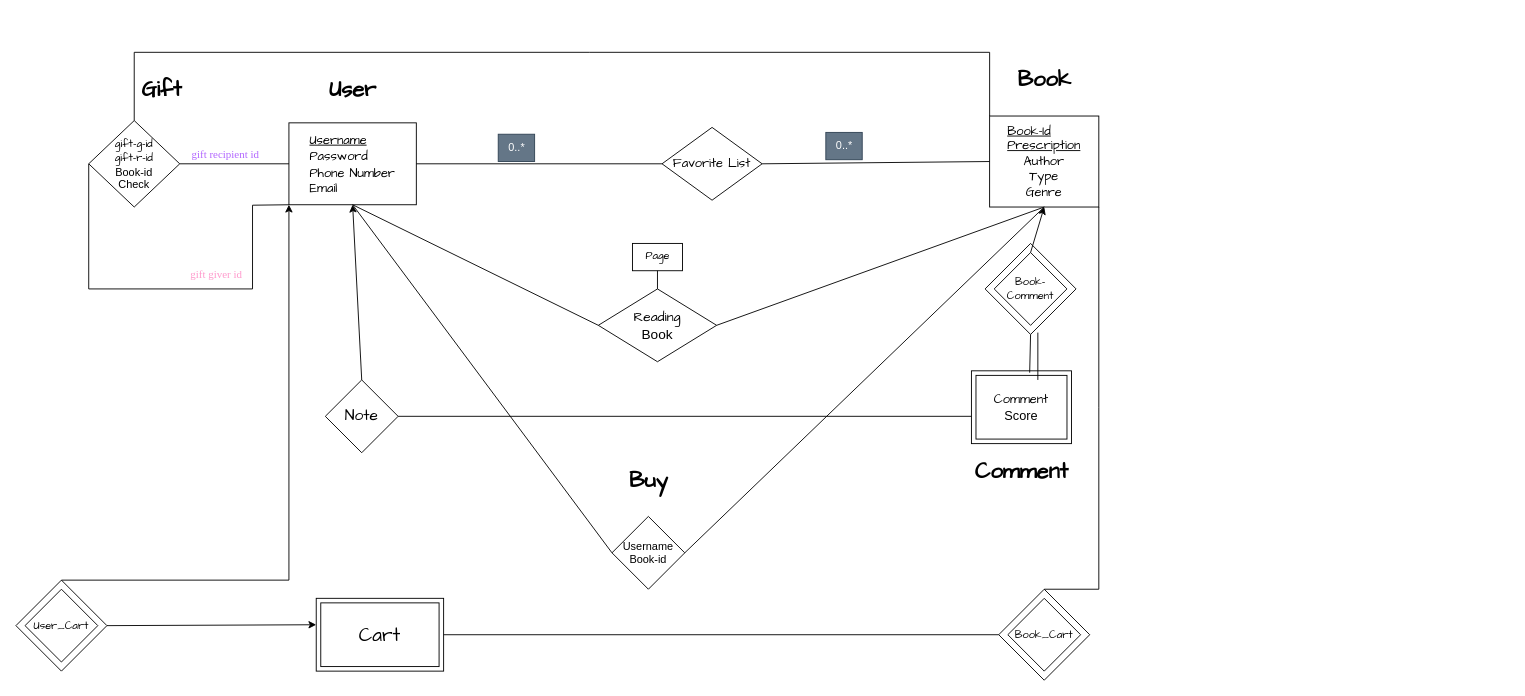
Above: Untitled Diagram.drawio in fatemehprb/ER-Diagram (draw.io), before the change. Source tidied: cells renumbered, new cells numbered last; positions are measured from the earlier drawing's top-left corner, leaving out a move shared by most shapes. Both pictures are drawn from the tidied source at 91%, with x=0, y=0 at pixel (15, 52).
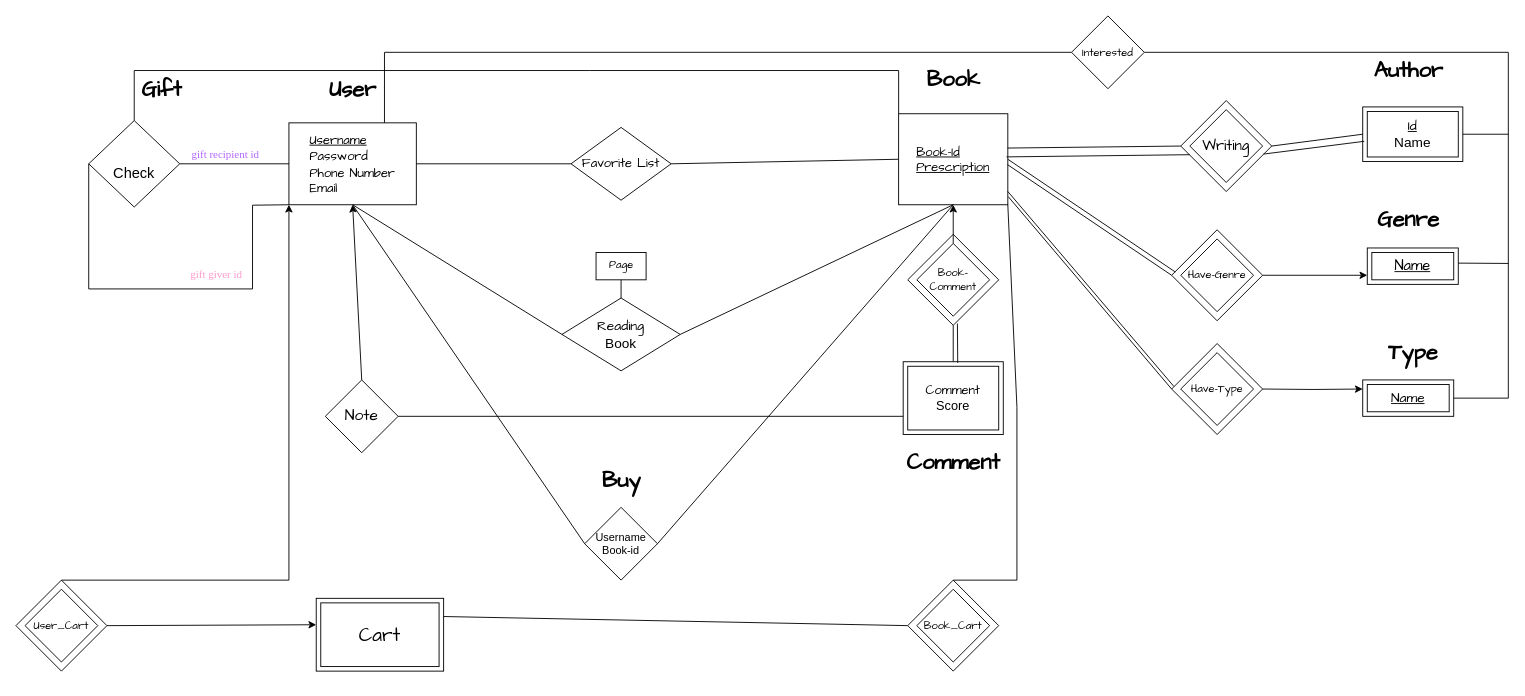
The same diagram, later.

Commit message:
some entitiy sets like author was added

The change refers to these unchanged cells:
```xml
<mxCell id="6" value="&lt;div style=&quot;font-size: 14px;&quot; align=&quot;left&quot;&gt;&lt;font face=&quot;Comic Sans MS&quot;&gt;&lt;u&gt;Username&lt;/u&gt;&lt;/font&gt;&lt;/div&gt;&lt;div style=&quot;font-size: 14px;&quot; align=&quot;left&quot;&gt;&lt;font face=&quot;Comic Sans MS&quot;&gt;Password&lt;/font&gt;&lt;/div&gt;&lt;div style=&quot;font-size: 14px;&quot; align=&quot;left&quot;&gt;&lt;font face=&quot;Comic Sans MS&quot;&gt;Phone Number&lt;/font&gt;&lt;/div&gt;&lt;div style=&quot;font-size: 14px;&quot; align=&quot;left&quot;&gt;&lt;font face=&quot;Comic Sans MS&quot;&gt;Email&lt;br&gt;&lt;/font&gt;&lt;/div&gt;" style="rounded=0;whiteSpace=wrap;html=1;" parent="1" vertex="1">
  <mxGeometry x="300" y="77.5" width="140" height="90" as="geometry" />
</mxCell>
<mxCell id="21" value="&lt;font style=&quot;font-size: 17px;&quot; face=&quot;Comic Sans MS&quot;&gt;Note&lt;/font&gt;" style="rhombus;whiteSpace=wrap;html=1;" parent="1" vertex="1">
  <mxGeometry x="340" y="360" width="80" height="80" as="geometry" />
</mxCell>
<mxCell id="28" value="&lt;font style=&quot;font-size: 21px;&quot; face=&quot;Comic Sans MS&quot;&gt;Cart&lt;/font&gt;" style="shape=ext;margin=3;double=1;whiteSpace=wrap;html=1;align=center;" parent="1" vertex="1">
  <mxGeometry x="330" y="600" width="140" height="80" as="geometry" />
</mxCell>
```

What changed in the source:
```diff
@@
+    <mxCell id="46" style="rhombus;whiteSpace=wrap;html=1;" parent="1" vertex="1">
+      <mxGeometry x="1270" y="320" width="100" height="100" as="geometry" />
+    </mxCell>
+    <mxCell id="47" style="edgeStyle=orthogonalEdgeStyle;rounded=0;jettySize=auto;html=1;exitX=1;exitY=0.5;exitDx=0;exitDy=0;entryX=0;entryY=0.75;entryDx=0;entryDy=0;" parent="1" edge="1" source="48" target="57">
+      <mxGeometry relative="1" as="geometry" />
+    </mxCell>
+    <mxCell id="48" style="rhombus;whiteSpace=wrap;html=1;" parent="1" vertex="1">
+      <mxGeometry x="1270" y="195" width="100" height="100" as="geometry" />
+    </mxCell>
+    <mxCell id="49" style="rhombus;whiteSpace=wrap;html=1;" parent="1" vertex="1">
+      <mxGeometry x="1280" y="53" width="100" height="100" as="geometry" />
+    </mxCell>
     <mxCell id="2" style="rhombus;whiteSpace=wrap;html=1;" parent="1" vertex="1">
-      <mxGeometry x="1080" y="590" width="100" height="100" as="geometry" />
+      <mxGeometry x="980" y="580" width="100" height="100" as="geometry" />
     </mxCell>
     <mxCell id="3" style="rhombus;whiteSpace=wrap;html=1;" parent="1" vertex="1">
-      <mxGeometry x="1065" y="210" width="100" height="100" as="geometry" />
+      <mxGeometry x="980" y="200" width="100" height="100" as="geometry" />
     </mxCell>
@@
     <mxCell id="7" value="&lt;font face=&quot;Comic Sans MS&quot;&gt;Book&lt;/font&gt;" style="text;strokeColor=none;fillColor=none;html=1;fontSize=24;fontStyle=1;verticalAlign=middle;align=center;" parent="1" vertex="1">
-      <mxGeometry x="1080" y="10" width="100" height="40" as="geometry" />
+      <mxGeometry x="980" y="10" width="100" height="40" as="geometry" />
     </mxCell>
-    <mxCell id="8" value="&lt;div align=&quot;left&quot; style=&quot;font-size: 14px;&quot;&gt;&lt;font style=&quot;font-size: 14px;&quot;&gt;&lt;u&gt;Book-Id&lt;/u&gt;&lt;/font&gt;&lt;/div&gt;&lt;div align=&quot;left&quot; style=&quot;font-size: 14px;&quot;&gt;&lt;font style=&quot;font-size: 14px;&quot;&gt;&lt;u&gt;Prescription&lt;/u&gt;&lt;/font&gt;&lt;/div&gt;&lt;div style=&quot;font-size: 14px;&quot;&gt;&lt;font style=&quot;font-size: 14px;&quot;&gt;Author&lt;/font&gt;&lt;/div&gt;&lt;div style=&quot;font-size: 14px;&quot;&gt;&lt;font style=&quot;font-size: 14px;&quot;&gt;Type&lt;/font&gt;&lt;/div&gt;&lt;div style=&quot;font-size: 14px;&quot;&gt;&lt;font style=&quot;font-size: 14px;&quot;&gt;Genre&lt;/font&gt;&lt;/div&gt;" style="rounded=0;whiteSpace=wrap;html=1;fontFamily=Comic Sans MS;" parent="1" vertex="1">
-      <mxGeometry x="1070" y="70" width="120" height="100" as="geometry" />
+    <mxCell id="8" value="&lt;div align=&quot;left&quot; style=&quot;font-size: 14px;&quot;&gt;&lt;font style=&quot;font-size: 14px;&quot;&gt;&lt;u&gt;Book-Id&lt;/u&gt;&lt;/font&gt;&lt;/div&gt;&lt;div align=&quot;left&quot; style=&quot;font-size: 14px;&quot;&gt;&lt;font style=&quot;font-size: 14px;&quot;&gt;&lt;u&gt;Prescription&lt;/u&gt;&lt;/font&gt;&lt;/div&gt;" style="rounded=0;whiteSpace=wrap;html=1;fontFamily=Comic Sans MS;" parent="1" vertex="1">
+      <mxGeometry x="970" y="67.5" width="120" height="100" as="geometry" />
     </mxCell>
     <mxCell id="9" value="&lt;font style=&quot;font-size: 14px;&quot; face=&quot;Comic Sans MS&quot;&gt;Favorite List&lt;/font&gt;" style="rhombus;whiteSpace=wrap;html=1;" parent="1" vertex="1">
-      <mxGeometry x="710" y="82.5" width="110" height="80" as="geometry" />
+      <mxGeometry x="610" y="82.5" width="110" height="80" as="geometry" />
     </mxCell>
@@
     <mxCell id="12" value="&lt;div style=&quot;font-size: 15px;&quot;&gt;&lt;font style=&quot;font-size: 15px;&quot; face=&quot;Comic Sans MS&quot;&gt;Reading&lt;/font&gt;&lt;/div&gt;&lt;div style=&quot;font-size: 15px;&quot;&gt;&lt;font style=&quot;font-size: 15px;&quot; face=&quot;Xin_lLQxRSFJA7oIeodW&quot;&gt;&lt;font style=&quot;font-size: 15px;&quot;&gt;Book&lt;/font&gt;&lt;/font&gt;&lt;font style=&quot;font-size: 15px;&quot; face=&quot;Xin_lLQxRSFJA7oIeodW&quot;&gt;&lt;br&gt;&lt;/font&gt;&lt;/div&gt;" style="rhombus;whiteSpace=wrap;html=1;" parent="1" vertex="1">
-      <mxGeometry x="640" y="260" width="130" height="80" as="geometry" />
+      <mxGeometry x="600" y="270" width="130" height="80" as="geometry" />
     </mxCell>
@@
     <mxCell id="15" value="&lt;div style=&quot;font-size: 14px;&quot;&gt;&lt;font style=&quot;font-size: 14px;&quot; face=&quot;Comic Sans MS&quot;&gt;Comment&lt;/font&gt;&lt;/div&gt;&lt;div style=&quot;font-size: 14px;&quot;&gt;&lt;font style=&quot;font-size: 14px;&quot; face=&quot;cnri7KbCF3ekAPo07FWo&quot;&gt;&lt;font style=&quot;font-size: 14px;&quot;&gt;Score&lt;/font&gt;&lt;/font&gt;&lt;font style=&quot;font-size: 14px;&quot; face=&quot;cnri7KbCF3ekAPo07FWo&quot;&gt;&lt;br&gt;&lt;/font&gt;&lt;/div&gt;" style="shape=ext;margin=3;double=1;whiteSpace=wrap;html=1;align=center;" parent="1" vertex="1">
-      <mxGeometry x="1050" y="350" width="110" height="80" as="geometry" />
+      <mxGeometry x="975" y="340" width="110" height="80" as="geometry" />
     </mxCell>
     <mxCell id="16" value="&lt;font face=&quot;Comic Sans MS&quot;&gt;Comment&lt;/font&gt;" style="text;strokeColor=none;fillColor=none;html=1;fontSize=24;fontStyle=1;verticalAlign=middle;align=center;" parent="1" vertex="1">
-      <mxGeometry x="1055" y="440" width="100" height="40" as="geometry" />
+      <mxGeometry x="980" y="430" width="100" height="40" as="geometry" />
     </mxCell>
     <mxCell id="17" value="&lt;font face=&quot;Comic Sans MS&quot;&gt;Book-Comment&lt;/font&gt;" style="rhombus;whiteSpace=wrap;html=1;" parent="1" vertex="1">
-      <mxGeometry x="1075" y="220" width="80" height="80" as="geometry" />
+      <mxGeometry x="990" y="210" width="80" height="80" as="geometry" />
     </mxCell>
@@
-    <mxCell id="19" style="endArrow=none;html=1;rounded=0;entryX=0.5;entryY=1;entryDx=0;entryDy=0;exitX=0.582;exitY=0.025;exitDx=0;exitDy=0;exitPerimeter=0;" parent="1" edge="1" source="15" target="3">
+    <mxCell id="19" style="endArrow=none;html=1;rounded=0;entryX=0.5;entryY=1;entryDx=0;entryDy=0;exitX=0.5;exitY=0;exitDx=0;exitDy=0;" parent="1" edge="1" source="15" target="3">
       <mxGeometry relative="1" as="geometry" />
     </mxCell>
-    <mxCell id="20" style="endArrow=none;html=1;rounded=0;entryX=0.58;entryY=0.98;entryDx=0;entryDy=0;entryPerimeter=0;" parent="1" edge="1" target="3">
-      <mxGeometry relative="1" as="geometry">
-        <mxPoint x="1123" y="360" as="sourcePoint" />
-      </mxGeometry>
+    <mxCell id="20" style="endArrow=none;html=1;rounded=0;entryX=0.546;entryY=0.981;entryDx=0;entryDy=0;entryPerimeter=0;exitX=0.545;exitY=0.015;exitDx=0;exitDy=0;exitPerimeter=0;" parent="1" edge="1" source="15" target="3">
+      <mxGeometry relative="1" as="geometry" />
     </mxCell>
@@
-    <mxCell id="22" style="endArrow=none;html=1;rounded=0;exitX=1;exitY=0.5;exitDx=0;exitDy=0;" parent="1" edge="1" source="21">
-      <mxGeometry relative="1" as="geometry">
-        <mxPoint x="1050" y="400" as="targetPoint" />
-      </mxGeometry>
+    <mxCell id="22" style="endArrow=none;html=1;rounded=0;exitX=1;exitY=0.5;exitDx=0;exitDy=0;entryX=0;entryY=0.75;entryDx=0;entryDy=0;" parent="1" edge="1" source="21" target="15">
+      <mxGeometry relative="1" as="geometry" />
     </mxCell>
@@
     <mxCell id="24" value="&lt;div&gt;Username&lt;/div&gt;&lt;div&gt;Book-id&lt;br&gt;&lt;/div&gt;" style="rhombus;whiteSpace=wrap;html=1;" parent="1" vertex="1">
-      <mxGeometry x="655" y="510" width="80" height="80" as="geometry" />
+      <mxGeometry x="625" y="500" width="80" height="80" as="geometry" />
     </mxCell>
     <mxCell id="25" value="&lt;font face=&quot;Comic Sans MS&quot;&gt;Buy&lt;/font&gt;" style="text;strokeColor=none;fillColor=none;html=1;fontSize=24;fontStyle=1;verticalAlign=middle;align=center;" parent="1" vertex="1">
-      <mxGeometry x="645" y="450" width="100" height="40" as="geometry" />
+      <mxGeometry x="615" y="450" width="100" height="40" as="geometry" />
     </mxCell>
@@
     <mxCell id="32" value="&lt;font face=&quot;Comic Sans MS&quot;&gt;Book_Cart&lt;/font&gt;" style="rhombus;whiteSpace=wrap;html=1;" parent="1" vertex="1">
-      <mxGeometry x="1090" y="600" width="80" height="80" as="geometry" />
+      <mxGeometry x="990" y="590" width="80" height="80" as="geometry" />
     </mxCell>
-    <mxCell id="33" style="endArrow=none;html=1;rounded=0;exitX=1;exitY=0.5;exitDx=0;exitDy=0;entryX=0;entryY=0.5;entryDx=0;entryDy=0;" parent="1" edge="1" source="28" target="2">
+    <mxCell id="33" style="endArrow=none;html=1;rounded=0;exitX=1;exitY=0.25;exitDx=0;exitDy=0;entryX=0;entryY=0.5;entryDx=0;entryDy=0;" parent="1" edge="1" source="28" target="2">
       <mxGeometry relative="1" as="geometry" />
     </mxCell>
     <mxCell id="34" style="endArrow=none;html=1;rounded=0;exitX=0.5;exitY=0;exitDx=0;exitDy=0;entryX=1;entryY=1;entryDx=0;entryDy=0;" parent="1" edge="1" source="2" target="8">
       <mxGeometry relative="1" as="geometry">
         <Array as="points">
-          <mxPoint x="1190" y="590" />
-          <mxPoint x="1190" y="390" />
+          <mxPoint x="1100" y="580" />
+          <mxPoint x="1100" y="390" />
         </Array>
       </mxGeometry>
     </mxCell>
-    <mxCell id="35" value="&lt;div&gt;&lt;font face=&quot;Comic Sans MS&quot;&gt;gift-g-id&lt;/font&gt;&lt;/div&gt;&lt;div&gt;&lt;font face=&quot;Comic Sans MS&quot;&gt;gift-r-id&lt;/font&gt;&lt;/div&gt;&lt;div&gt;&lt;font face=&quot;c_LbgyrrG6FDdpBPeejG&quot;&gt;Book-id&lt;br&gt;&lt;/font&gt;&lt;/div&gt;&lt;div&gt;&lt;font face=&quot;c_LbgyrrG6FDdpBPeejG&quot;&gt;Check&lt;br&gt;&lt;/font&gt;&lt;/div&gt;" style="rhombus;whiteSpace=wrap;html=1;" parent="1" vertex="1">
+    <mxCell id="35" value="&lt;font style=&quot;font-size: 16px;&quot;&gt;&lt;br&gt;&lt;/font&gt;&lt;div style=&quot;font-size: 16px;&quot;&gt;&lt;font style=&quot;font-size: 16px;&quot; face=&quot;c_LbgyrrG6FDdpBPeejG&quot;&gt;Check&lt;br&gt;&lt;/font&gt;&lt;/div&gt;" style="rhombus;whiteSpace=wrap;html=1;" parent="1" vertex="1">
       <mxGeometry x="80" y="75" width="100" height="95" as="geometry" />
     </mxCell>
@@
     <mxCell id="41" style="endArrow=none;html=1;rounded=0;exitX=0.5;exitY=0;exitDx=0;exitDy=0;entryX=0;entryY=0;entryDx=0;entryDy=0;" parent="1" edge="1" source="35" target="8">
       <mxGeometry relative="1" as="geometry">
         <Array as="points">
-          <mxPoint x="130" />
-          <mxPoint x="630" />
-          <mxPoint x="1070" />
+          <mxPoint x="130" y="20" />
+          <mxPoint x="630" y="20" />
+          <mxPoint x="970" y="20" />
         </Array>
       </mxGeometry>
     </mxCell>
     <mxCell id="42" value="&lt;div&gt;&lt;br&gt;&lt;/div&gt;&lt;div&gt;&lt;font face=&quot;Comic Sans MS&quot;&gt;Page&lt;/font&gt;&lt;br&gt;&lt;/div&gt;" style="rounded=0;whiteSpace=wrap;html=1;spacingTop=-16;" parent="1" vertex="1">
-      <mxGeometry x="677.5" y="210" width="55" height="30" as="geometry" />
+      <mxGeometry x="637.5" y="220" width="55" height="30" as="geometry" />
     </mxCell>
@@
-    <mxCell id="44" value="0..*" style="text;html=1;align=center;verticalAlign=middle;strokeColor=#314354;fillColor=#647687;fontColor=#ffffff;" parent="1" vertex="1">
-      <mxGeometry x="530" y="90" width="40" height="30" as="geometry" />
-    </mxCell>
-    <mxCell id="45" value="0..*" style="text;html=1;align=center;verticalAlign=middle;strokeColor=#314354;fillColor=#647687;fontColor=#ffffff;" parent="1" vertex="1">
-      <mxGeometry x="890" y="88" width="40" height="30" as="geometry" />
-    </mxCell>
+    <mxCell id="50" value="&lt;font face=&quot;Comic Sans MS&quot;&gt;Author&lt;/font&gt;" style="text;strokeColor=none;fillColor=none;html=1;fontSize=24;fontStyle=1;verticalAlign=middle;align=center;" parent="1" vertex="1">
+      <mxGeometry x="1480" width="100" height="40" as="geometry" />
+    </mxCell>
+    <mxCell id="51" value="&lt;div style=&quot;font-size: 15px;&quot;&gt;&lt;font style=&quot;font-size: 15px;&quot; face=&quot;Comic Sans MS&quot;&gt;&lt;u&gt;Id&lt;/u&gt;&lt;/font&gt;&lt;/div&gt;&lt;div style=&quot;font-size: 15px;&quot;&gt;&lt;font style=&quot;font-size: 15px;&quot; face=&quot;vWf6hatJAO0ed1MXztRa&quot;&gt;&lt;font style=&quot;font-size: 15px;&quot;&gt;Name&lt;/font&gt;&lt;/font&gt;&lt;font style=&quot;font-size: 15px;&quot; face=&quot;vWf6hatJAO0ed1MXztRa&quot;&gt;&lt;br&gt;&lt;/font&gt;&lt;/div&gt;" style="shape=ext;margin=3;double=1;whiteSpace=wrap;html=1;align=center;" parent="1" vertex="1">
+      <mxGeometry x="1480" y="60" width="110" height="60" as="geometry" />
+    </mxCell>
+    <mxCell id="52" value="&lt;font style=&quot;font-size: 16px;&quot; face=&quot;Comic Sans MS&quot;&gt;Writing&lt;/font&gt;" style="rhombus;whiteSpace=wrap;html=1;" parent="1" vertex="1">
+      <mxGeometry x="1290" y="63" width="80" height="80" as="geometry" />
+    </mxCell>
+    <mxCell id="53" style="endArrow=none;html=1;rounded=0;entryX=0;entryY=0.5;entryDx=0;entryDy=0;exitX=1;exitY=0.5;exitDx=0;exitDy=0;" parent="1" edge="1" source="49" target="51">
+      <mxGeometry relative="1" as="geometry" />
+    </mxCell>
+    <mxCell id="54" style="endArrow=none;html=1;rounded=0;entryX=0;entryY=0.5;entryDx=0;entryDy=0;exitX=0.998;exitY=0.377;exitDx=0;exitDy=0;exitPerimeter=0;" parent="1" edge="1" source="8" target="49">
+      <mxGeometry relative="1" as="geometry" />
+    </mxCell>
+    <mxCell id="55" style="endArrow=none;html=1;rounded=0;entryX=0.015;entryY=0.63;entryDx=0;entryDy=0;exitX=0.911;exitY=0.588;exitDx=0;exitDy=0;exitPerimeter=0;entryPerimeter=0;" parent="1" edge="1" source="49" target="51">
+      <mxGeometry relative="1" as="geometry" />
+    </mxCell>
+    <mxCell id="56" style="endArrow=none;html=1;rounded=0;exitX=0.988;exitY=0.474;exitDx=0;exitDy=0;exitPerimeter=0;" parent="1" edge="1" source="8">
+      <mxGeometry relative="1" as="geometry">
+        <mxPoint x="1290" y="112.5" as="targetPoint" />
+      </mxGeometry>
+    </mxCell>
+    <mxCell id="57" value="&lt;div&gt;&lt;font style=&quot;font-size: 16px;&quot; face=&quot;Comic Sans MS&quot;&gt;&lt;u&gt;Name&lt;/u&gt;&lt;/font&gt;&lt;/div&gt;" style="shape=ext;margin=3;double=1;whiteSpace=wrap;html=1;align=center;" parent="1" vertex="1">
+      <mxGeometry x="1485" y="215" width="100" height="40" as="geometry" />
+    </mxCell>
+    <mxCell id="58" value="&lt;font face=&quot;Comic Sans MS&quot;&gt;Genre&lt;/font&gt;" style="text;strokeColor=none;fillColor=none;html=1;fontSize=24;fontStyle=1;verticalAlign=middle;align=center;" parent="1" vertex="1">
+      <mxGeometry x="1480" y="162.5" width="100" height="40" as="geometry" />
+    </mxCell>
+    <mxCell id="59" value="&lt;font face=&quot;Comic Sans MS&quot;&gt;Have-Genre&lt;/font&gt;" style="rhombus;whiteSpace=wrap;html=1;" parent="1" vertex="1">
+      <mxGeometry x="1280" y="205" width="80" height="80" as="geometry" />
+    </mxCell>
+    <mxCell id="60" style="endArrow=none;html=1;rounded=0;exitX=1;exitY=0.5;exitDx=0;exitDy=0;entryX=0.041;entryY=0.464;entryDx=0;entryDy=0;entryPerimeter=0;" parent="1" edge="1" source="8" target="48">
+      <mxGeometry relative="1" as="geometry" />
+    </mxCell>
+    <mxCell id="61" style="endArrow=none;html=1;rounded=0;exitX=0.997;exitY=0.559;exitDx=0;exitDy=0;exitPerimeter=0;entryX=0;entryY=0.5;entryDx=0;entryDy=0;" parent="1" edge="1" source="8" target="48">
+      <mxGeometry relative="1" as="geometry" />
+    </mxCell>
+    <mxCell id="62" value="&lt;font style=&quot;font-size: 15px;&quot; face=&quot;Comic Sans MS&quot;&gt;&lt;u&gt;Name&lt;/u&gt;&lt;/font&gt;" style="shape=ext;margin=3;double=1;whiteSpace=wrap;html=1;align=center;" parent="1" vertex="1">
+      <mxGeometry x="1480" y="360" width="100" height="40" as="geometry" />
+    </mxCell>
+    <mxCell id="63" value="&lt;font face=&quot;Comic Sans MS&quot;&gt;Type&lt;/font&gt;" style="text;strokeColor=none;fillColor=none;html=1;fontSize=24;fontStyle=1;verticalAlign=middle;align=center;" parent="1" vertex="1">
+      <mxGeometry x="1485" y="310" width="100" height="40" as="geometry" />
+    </mxCell>
+    <mxCell id="64" style="edgeStyle=orthogonalEdgeStyle;rounded=0;jettySize=auto;html=1;entryX=0;entryY=0.25;entryDx=0;entryDy=0;" parent="1" edge="1" target="62">
+      <mxGeometry relative="1" as="geometry">
+        <mxPoint x="1370" y="370" as="sourcePoint" />
+      </mxGeometry>
+    </mxCell>
+    <mxCell id="65" value="&lt;font face=&quot;Comic Sans MS&quot;&gt;Have-Type&lt;/font&gt;" style="rhombus;whiteSpace=wrap;html=1;" parent="1" vertex="1">
+      <mxGeometry x="1280" y="330" width="80" height="80" as="geometry" />
+    </mxCell>
+    <mxCell id="66" style="endArrow=none;html=1;rounded=0;exitX=0;exitY=0.5;exitDx=0;exitDy=0;entryX=1.004;entryY=0.911;entryDx=0;entryDy=0;entryPerimeter=0;" parent="1" edge="1" source="46" target="8">
+      <mxGeometry relative="1" as="geometry" />
+    </mxCell>
+    <mxCell id="67" style="endArrow=none;html=1;rounded=0;exitX=0.025;exitY=0.472;exitDx=0;exitDy=0;exitPerimeter=0;entryX=0.999;entryY=0.853;entryDx=0;entryDy=0;entryPerimeter=0;" parent="1" edge="1" source="46" target="8">
+      <mxGeometry relative="1" as="geometry" />
+    </mxCell>
+    <mxCell id="68" style="endArrow=none;html=1;rounded=0;exitX=1;exitY=0.5;exitDx=0;exitDy=0;entryX=1;entryY=0.5;entryDx=0;entryDy=0;" parent="1" edge="1" source="62" target="71">
+      <mxGeometry relative="1" as="geometry">
+        <Array as="points">
+          <mxPoint x="1640" y="380" />
+          <mxPoint x="1640" />
+        </Array>
+      </mxGeometry>
+    </mxCell>
+    <mxCell id="69" style="endArrow=none;html=1;rounded=0;exitX=0.999;exitY=0.416;exitDx=0;exitDy=0;exitPerimeter=0;" parent="1" edge="1" source="57">
+      <mxGeometry relative="1" as="geometry">
+        <mxPoint x="1640" y="232" as="targetPoint" />
+      </mxGeometry>
+    </mxCell>
+    <mxCell id="70" style="endArrow=none;html=1;rounded=0;exitX=1;exitY=0.5;exitDx=0;exitDy=0;" parent="1" edge="1" source="51">
+      <mxGeometry relative="1" as="geometry">
+        <mxPoint x="1640" y="90" as="targetPoint" />
+      </mxGeometry>
+    </mxCell>
+    <mxCell id="71" value="&lt;font face=&quot;Comic Sans MS&quot;&gt;Interested&lt;/font&gt;" style="rhombus;whiteSpace=wrap;html=1;" parent="1" vertex="1">
+      <mxGeometry x="1160" y="-40" width="80" height="80" as="geometry" />
+    </mxCell>
+    <mxCell id="72" style="endArrow=none;html=1;rounded=0;exitX=0.75;exitY=0;exitDx=0;exitDy=0;entryX=0;entryY=0.5;entryDx=0;entryDy=0;" parent="1" edge="1" source="6" target="71">
+      <mxGeometry relative="1" as="geometry">
+        <Array as="points">
+          <mxPoint x="405" />
+        </Array>
+      </mxGeometry>
+    </mxCell>
```
